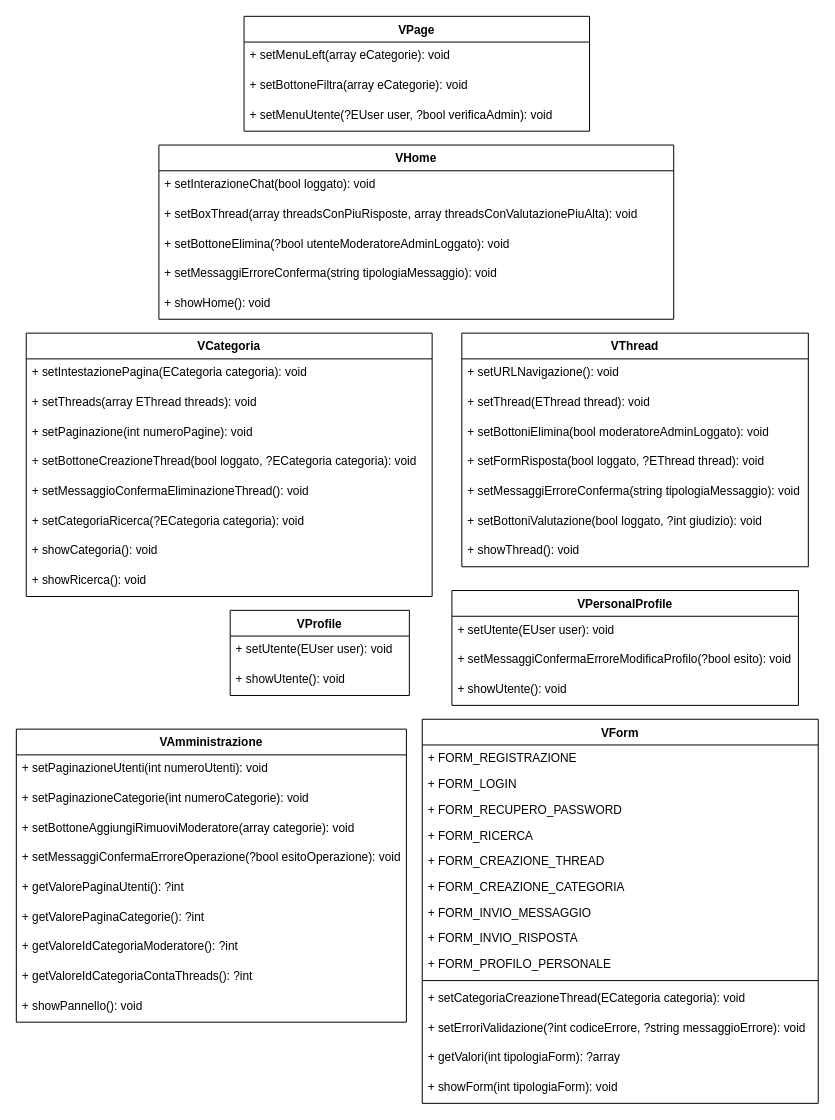
The draw.io diagram Diagrammi/UMLView.drawio in EdoPan/UniChat, before the edit. Source tidied: cells renumbered, new cells numbered last; positions are measured from the earlier drawing's top-left corner, leaving out a move shared by most shapes. Both pictures are drawn from the tidied source at 99%, with x=0, y=0 at pixel (16, 16).
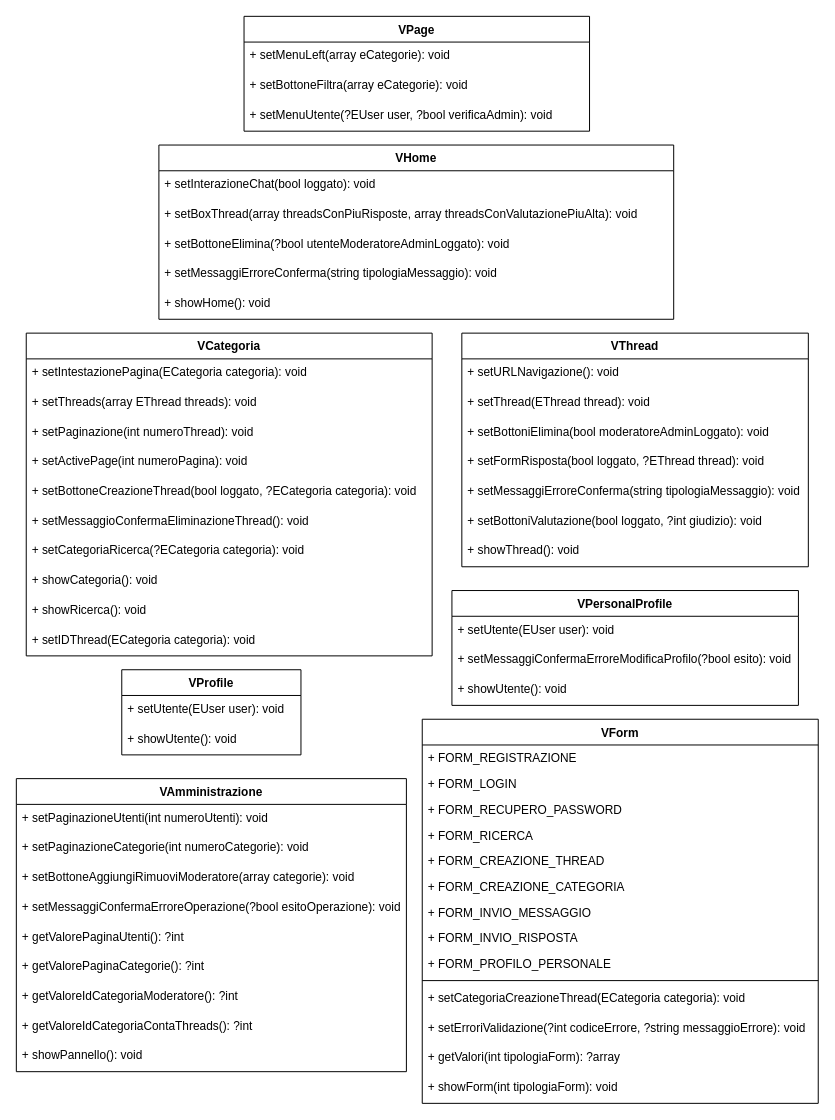
After the change.

Diff of the diagram source:
```diff
@@
     <mxCell id="12" value="VCategoria" style="swimlane;fontStyle=1;align=center;verticalAlign=top;horizontal=1;startSize=26;" parent="1" vertex="1">
-      <mxGeometry x="10" y="320" width="410" height="266" as="geometry" />
+      <mxGeometry x="10" y="320" width="410" height="326" as="geometry" />
     </mxCell>
@@
+    <mxCell id="61" value="+ setPaginazione(int numeroThread): void" style="text;strokeColor=none;fillColor=none;align=left;verticalAlign=top;spacingLeft=4;spacingRight=4;overflow=hidden;" parent="12" vertex="1">
+      <mxGeometry y="86" width="410" height="30" as="geometry" />
+    </mxCell>
-    <mxCell id="15" value="+ setPaginazione(int numeroPagine): void" style="text;strokeColor=none;fillColor=none;align=left;verticalAlign=top;spacingLeft=4;spacingRight=4;overflow=hidden;" parent="12" vertex="1">
-      <mxGeometry y="86" width="410" height="30" as="geometry" />
+    <mxCell id="15" value="+ setActivePage(int numeroPagina): void" style="text;strokeColor=none;fillColor=none;align=left;verticalAlign=top;spacingLeft=4;spacingRight=4;overflow=hidden;" parent="12" vertex="1">
+      <mxGeometry y="116" width="410" height="30" as="geometry" />
     </mxCell>
     <mxCell id="16" value="+ setBottoneCreazioneThread(bool loggato, ?ECategoria categoria): void" style="text;strokeColor=none;fillColor=none;align=left;verticalAlign=top;spacingLeft=4;spacingRight=4;overflow=hidden;" parent="12" vertex="1">
-      <mxGeometry y="116" width="410" height="30" as="geometry" />
+      <mxGeometry y="146" width="410" height="30" as="geometry" />
     </mxCell>
     <mxCell id="17" value="+ setMessaggioConfermaEliminazioneThread(): void" style="text;strokeColor=none;fillColor=none;align=left;verticalAlign=top;spacingLeft=4;spacingRight=4;overflow=hidden;" parent="12" vertex="1">
-      <mxGeometry y="146" width="410" height="30" as="geometry" />
+      <mxGeometry y="176" width="410" height="30" as="geometry" />
     </mxCell>
     <mxCell id="18" value="+ setCategoriaRicerca(?ECategoria categoria): void" style="text;strokeColor=none;fillColor=none;align=left;verticalAlign=top;spacingLeft=4;spacingRight=4;overflow=hidden;" parent="12" vertex="1">
-      <mxGeometry y="176" width="410" height="30" as="geometry" />
+      <mxGeometry y="206" width="410" height="30" as="geometry" />
     </mxCell>
     <mxCell id="19" value="+ showCategoria(): void" style="text;strokeColor=none;fillColor=none;align=left;verticalAlign=top;spacingLeft=4;spacingRight=4;overflow=hidden;" parent="12" vertex="1">
-      <mxGeometry y="206" width="410" height="30" as="geometry" />
+      <mxGeometry y="236" width="410" height="30" as="geometry" />
     </mxCell>
+    <mxCell id="62" value="+ showRicerca(): void" style="text;strokeColor=none;fillColor=none;align=left;verticalAlign=top;spacingLeft=4;spacingRight=4;overflow=hidden;" parent="12" vertex="1">
+      <mxGeometry y="266" width="410" height="30" as="geometry" />
+    </mxCell>
-    <mxCell id="20" value="+ showRicerca(): void" style="text;strokeColor=none;fillColor=none;align=left;verticalAlign=top;spacingLeft=4;spacingRight=4;overflow=hidden;" parent="12" vertex="1">
-      <mxGeometry y="236" width="410" height="30" as="geometry" />
+    <mxCell id="20" value="+ setIDThread(ECategoria categoria): void" style="text;strokeColor=none;fillColor=none;align=left;verticalAlign=top;spacingLeft=4;spacingRight=4;overflow=hidden;" parent="12" vertex="1">
+      <mxGeometry y="296" width="410" height="30" as="geometry" />
     </mxCell>
@@
     <mxCell id="29" value="VAmministrazione" style="swimlane;fontStyle=1;align=center;verticalAlign=top;horizontal=1;startSize=26;" parent="1" vertex="1">
-      <mxGeometry y="720" width="394" height="296" as="geometry" />
+      <mxGeometry y="770" width="394" height="296" as="geometry" />
     </mxCell>
@@
     <mxCell id="43" value="VProfile" style="swimlane;fontStyle=1;align=center;verticalAlign=top;horizontal=1;startSize=26;" parent="1" vertex="1">
-      <mxGeometry x="216" y="600" width="181" height="86" as="geometry" />
+      <mxGeometry x="106.5" y="660" width="181" height="86" as="geometry" />
     </mxCell>
```
